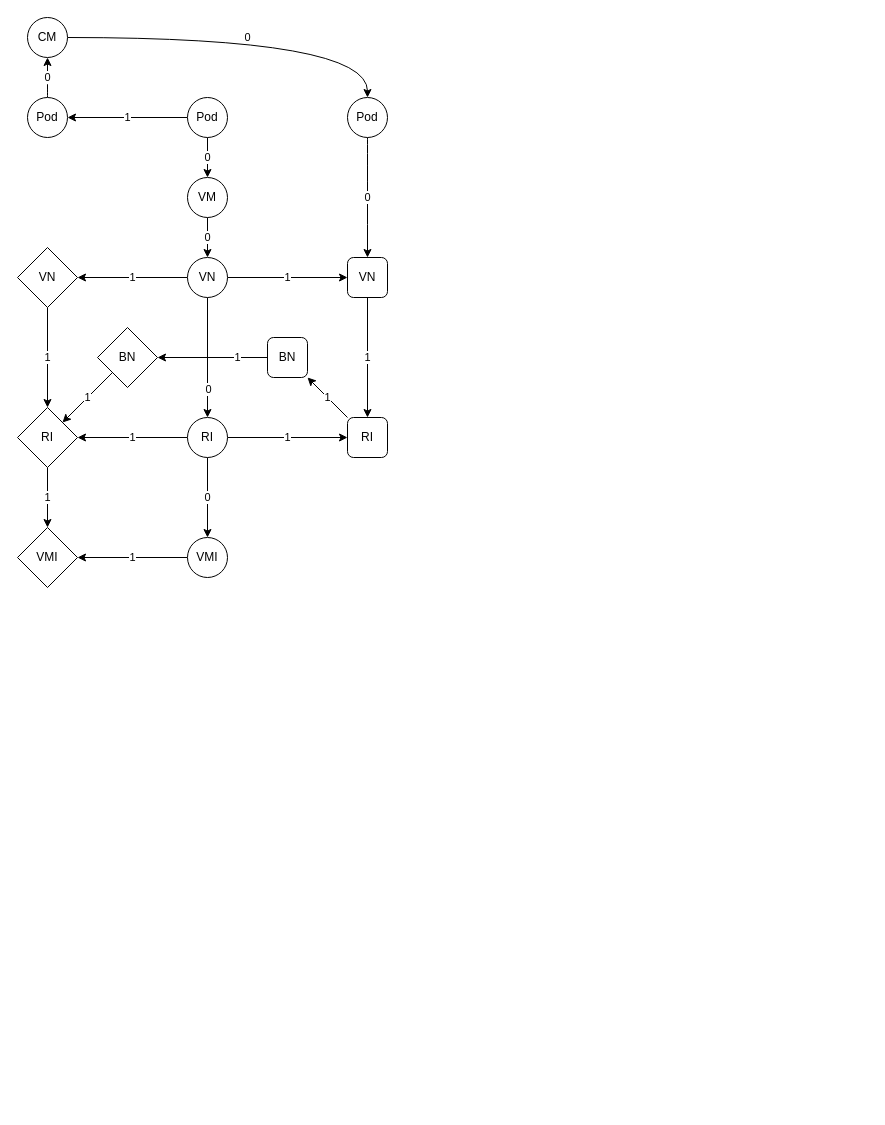
The draw.io diagram Untitled Diagram3.drawio in michaelhenkel/validator, before the edit. Source tidied: cells renumbered, new cells numbered last; positions are measured from the earlier drawing's top-left corner, leaving out a move shared by most shapes. Both pictures are drawn from the tidied source at 100%, with x=0, y=0 at pixel (17, 17).
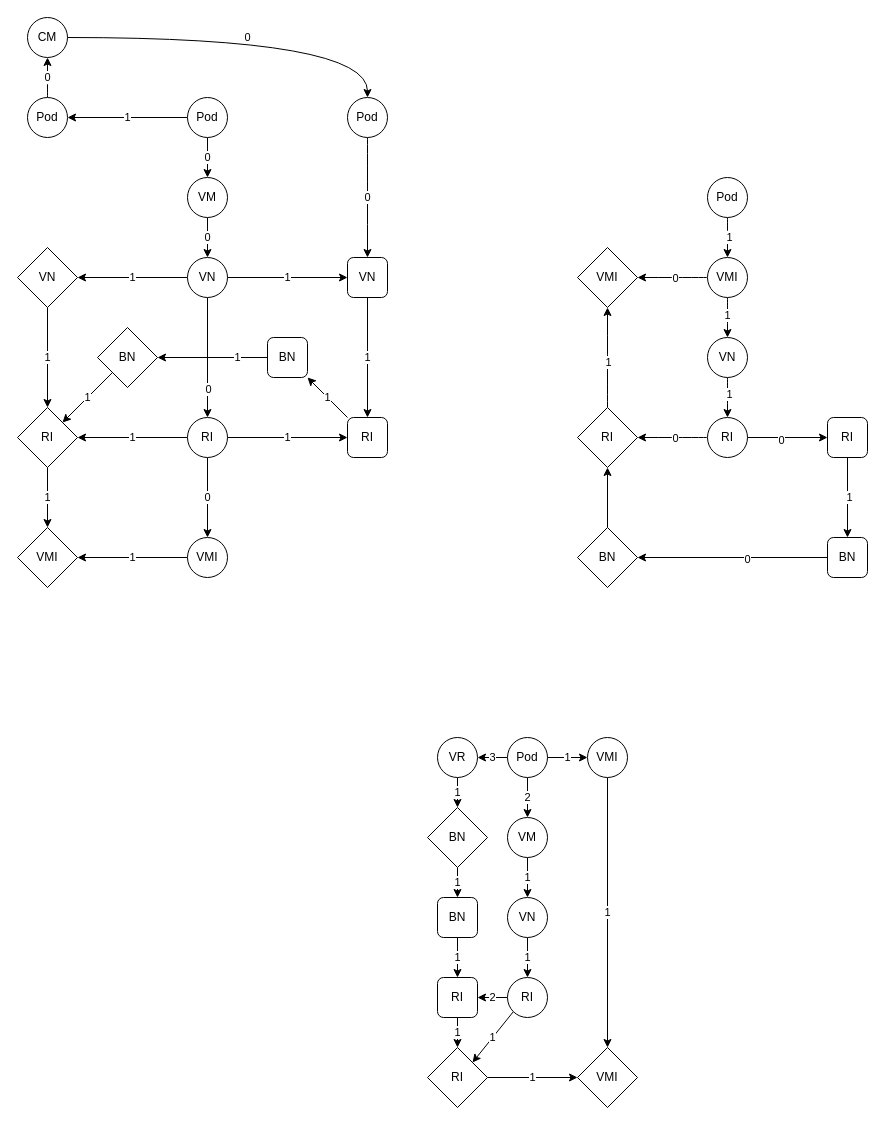
The same page after the edit.

The edit, as a diff of the source:
```diff
@@
+    <mxCell id="39" style="edgeStyle=orthogonalEdgeStyle;curved=1;rounded=0;jettySize=auto;html=1;" parent="1" edge="1" source="41" target="46">
+      <mxGeometry relative="1" as="geometry" />
+    </mxCell>
+    <mxCell id="40" value="1" style="edgeLabel;html=1;align=center;verticalAlign=middle;" parent="39" vertex="1">
+      <mxGeometry x="-0.05" y="1" relative="1" as="geometry" />
+    </mxCell>
+    <mxCell id="41" value="Pod" style="ellipse;whiteSpace=wrap;html=1;" parent="1" vertex="1">
+      <mxGeometry x="690" y="160" width="40" height="40" as="geometry" />
+    </mxCell>
+    <mxCell id="42" style="edgeStyle=orthogonalEdgeStyle;curved=1;rounded=0;jettySize=auto;html=1;" parent="1" edge="1" source="46" target="49">
+      <mxGeometry relative="1" as="geometry" />
+    </mxCell>
+    <mxCell id="43" value="1" style="edgeLabel;html=1;align=center;verticalAlign=middle;" parent="42" vertex="1">
+      <mxGeometry x="-0.15" y="-1" relative="1" as="geometry" />
+    </mxCell>
+    <mxCell id="44" style="edgeStyle=orthogonalEdgeStyle;curved=1;rounded=0;jettySize=auto;html=1;" parent="1" edge="1" source="46" target="50">
+      <mxGeometry relative="1" as="geometry" />
+    </mxCell>
+    <mxCell id="45" value="0" style="edgeLabel;html=1;align=center;verticalAlign=middle;" parent="44" vertex="1">
+      <mxGeometry x="-0.05" relative="1" as="geometry" />
+    </mxCell>
+    <mxCell id="46" value="VMI" style="ellipse;whiteSpace=wrap;html=1;" parent="1" vertex="1">
+      <mxGeometry x="690" y="240" width="40" height="40" as="geometry" />
+    </mxCell>
+    <mxCell id="47" style="edgeStyle=orthogonalEdgeStyle;curved=1;rounded=0;jettySize=auto;html=1;" parent="1" edge="1" source="49" target="55">
+      <mxGeometry relative="1" as="geometry" />
+    </mxCell>
+    <mxCell id="48" value="1" style="edgeLabel;html=1;align=center;verticalAlign=middle;" parent="47" vertex="1">
+      <mxGeometry x="-0.2" y="1" relative="1" as="geometry" />
+    </mxCell>
+    <mxCell id="49" value="VN" style="ellipse;whiteSpace=wrap;html=1;" parent="1" vertex="1">
+      <mxGeometry x="690" y="320" width="40" height="40" as="geometry" />
+    </mxCell>
+    <mxCell id="50" value="VMI" style="rhombus;whiteSpace=wrap;html=1;" parent="1" vertex="1">
+      <mxGeometry x="560" y="230" width="60" height="60" as="geometry" />
+    </mxCell>
+    <mxCell id="51" style="edgeStyle=orthogonalEdgeStyle;curved=1;rounded=0;jettySize=auto;html=1;entryX=1;entryY=0.5;entryDx=0;entryDy=0;" parent="1" edge="1" source="55" target="58">
+      <mxGeometry relative="1" as="geometry" />
+    </mxCell>
+    <mxCell id="52" value="0" style="edgeLabel;html=1;align=center;verticalAlign=middle;" parent="51" vertex="1">
+      <mxGeometry x="-0.05" relative="1" as="geometry" />
+    </mxCell>
+    <mxCell id="53" style="edgeStyle=orthogonalEdgeStyle;rounded=0;jettySize=auto;html=1;entryX=0;entryY=0.5;entryDx=0;entryDy=0;" parent="1" edge="1" source="55" target="61">
+      <mxGeometry relative="1" as="geometry" />
+    </mxCell>
+    <mxCell id="54" value="0" style="edgeLabel;html=1;align=center;verticalAlign=middle;" parent="53" vertex="1">
+      <mxGeometry x="-0.17" y="-2" relative="1" as="geometry" />
+    </mxCell>
+    <mxCell id="55" value="RI" style="ellipse;whiteSpace=wrap;html=1;" parent="1" vertex="1">
+      <mxGeometry x="690" y="400" width="40" height="40" as="geometry" />
+    </mxCell>
+    <mxCell id="56" style="edgeStyle=orthogonalEdgeStyle;curved=1;rounded=0;jettySize=auto;html=1;exitX=0.5;exitY=0;exitDx=0;exitDy=0;entryX=0.5;entryY=1;entryDx=0;entryDy=0;" parent="1" edge="1" source="58" target="50">
+      <mxGeometry relative="1" as="geometry" />
+    </mxCell>
+    <mxCell id="57" value="1" style="edgeLabel;html=1;align=center;verticalAlign=middle;" parent="56" vertex="1">
+      <mxGeometry x="-0.09" relative="1" as="geometry" />
+    </mxCell>
+    <mxCell id="58" value="RI" style="rhombus;whiteSpace=wrap;html=1;" parent="1" vertex="1">
+      <mxGeometry x="560" y="390" width="60" height="60" as="geometry" />
+    </mxCell>
+    <mxCell id="59" style="edgeStyle=orthogonalEdgeStyle;rounded=0;jettySize=auto;html=1;exitX=0.5;exitY=1;exitDx=0;exitDy=0;entryX=0.5;entryY=0;entryDx=0;entryDy=0;" parent="1" edge="1" source="61" target="64">
+      <mxGeometry relative="1" as="geometry" />
+    </mxCell>
+    <mxCell id="60" value="1" style="edgeLabel;html=1;align=center;verticalAlign=middle;" parent="59" vertex="1">
+      <mxGeometry x="-0.03" y="1" relative="1" as="geometry" />
+    </mxCell>
+    <mxCell id="61" value="RI" style="rounded=1;whiteSpace=wrap;html=1;" parent="1" vertex="1">
+      <mxGeometry x="810" y="400" width="40" height="40" as="geometry" />
+    </mxCell>
+    <mxCell id="62" style="edgeStyle=none;rounded=0;jettySize=auto;html=1;exitX=0;exitY=0.5;exitDx=0;exitDy=0;entryX=1;entryY=0.5;entryDx=0;entryDy=0;" parent="1" edge="1" source="64" target="66">
+      <mxGeometry relative="1" as="geometry" />
+    </mxCell>
+    <mxCell id="63" value="0" style="edgeLabel;html=1;align=center;verticalAlign=middle;" parent="62" vertex="1">
+      <mxGeometry x="-0.15" y="1" relative="1" as="geometry" />
+    </mxCell>
+    <mxCell id="64" value="BN" style="rounded=1;whiteSpace=wrap;html=1;" parent="1" vertex="1">
+      <mxGeometry x="810" y="520" width="40" height="40" as="geometry" />
+    </mxCell>
+    <mxCell id="65" style="edgeStyle=orthogonalEdgeStyle;rounded=0;jettySize=auto;html=1;entryX=0.5;entryY=1;entryDx=0;entryDy=0;" parent="1" edge="1" source="66" target="58">
+      <mxGeometry relative="1" as="geometry" />
+    </mxCell>
+    <mxCell id="66" value="BN" style="rhombus;whiteSpace=wrap;html=1;" parent="1" vertex="1">
+      <mxGeometry x="560" y="510" width="60" height="60" as="geometry" />
+    </mxCell>
+    <mxCell id="67" value="3" style="edgeStyle=orthogonalEdgeStyle;rounded=0;jettySize=auto;html=1;" parent="1" edge="1" source="70" target="72">
+      <mxGeometry relative="1" as="geometry" />
+    </mxCell>
+    <mxCell id="68" value="1" style="edgeStyle=orthogonalEdgeStyle;rounded=0;jettySize=auto;html=1;exitX=1;exitY=0.5;exitDx=0;exitDy=0;entryX=0;entryY=0.5;entryDx=0;entryDy=0;" parent="1" edge="1" source="70" target="87">
+      <mxGeometry relative="1" as="geometry" />
+    </mxCell>
+    <mxCell id="69" value="2" style="edgeStyle=orthogonalEdgeStyle;rounded=0;jettySize=auto;html=1;" parent="1" edge="1" source="70" target="85">
+      <mxGeometry relative="1" as="geometry" />
+    </mxCell>
+    <mxCell id="70" value="Pod" style="ellipse;whiteSpace=wrap;html=1;" parent="1" vertex="1">
+      <mxGeometry x="490" y="720" width="40" height="40" as="geometry" />
+    </mxCell>
+    <mxCell id="71" value="1" style="edgeStyle=none;rounded=0;jettySize=auto;html=1;exitX=0.5;exitY=1;exitDx=0;exitDy=0;entryX=0.5;entryY=0;entryDx=0;entryDy=0;" parent="1" edge="1" source="72" target="74">
+      <mxGeometry relative="1" as="geometry" />
+    </mxCell>
+    <mxCell id="72" value="VR" style="ellipse;whiteSpace=wrap;html=1;" parent="1" vertex="1">
+      <mxGeometry x="420" y="720" width="40" height="40" as="geometry" />
+    </mxCell>
+    <mxCell id="73" value="1" style="edgeStyle=orthogonalEdgeStyle;rounded=0;jettySize=auto;html=1;exitX=0.5;exitY=1;exitDx=0;exitDy=0;" parent="1" edge="1" source="74" target="76">
+      <mxGeometry relative="1" as="geometry" />
+    </mxCell>
+    <mxCell id="74" value="BN" style="rhombus;whiteSpace=wrap;html=1;" parent="1" vertex="1">
+      <mxGeometry x="410" y="790" width="60" height="60" as="geometry" />
+    </mxCell>
+    <mxCell id="75" value="1" style="edgeStyle=orthogonalEdgeStyle;rounded=0;jettySize=auto;html=1;" parent="1" edge="1" source="76" target="78">
+      <mxGeometry relative="1" as="geometry" />
+    </mxCell>
+    <mxCell id="76" value="BN" style="rounded=1;whiteSpace=wrap;html=1;" parent="1" vertex="1">
+      <mxGeometry x="420" y="880" width="40" height="40" as="geometry" />
+    </mxCell>
+    <mxCell id="77" value="1" style="edgeStyle=orthogonalEdgeStyle;rounded=0;jettySize=auto;html=1;exitX=0.5;exitY=1;exitDx=0;exitDy=0;entryX=0.5;entryY=0;entryDx=0;entryDy=0;" parent="1" edge="1" source="78" target="90">
+      <mxGeometry relative="1" as="geometry" />
+    </mxCell>
+    <mxCell id="78" value="RI" style="rounded=1;whiteSpace=wrap;html=1;" parent="1" vertex="1">
+      <mxGeometry x="420" y="960" width="40" height="40" as="geometry" />
+    </mxCell>
+    <mxCell id="79" value="1" style="edgeStyle=none;rounded=0;jettySize=auto;html=1;exitX=0;exitY=1;exitDx=0;exitDy=0;entryX=1;entryY=0;entryDx=0;entryDy=0;" parent="1" edge="1" source="81" target="90">
+      <mxGeometry relative="1" as="geometry" />
+    </mxCell>
+    <mxCell id="80" value="2" style="edgeStyle=none;rounded=0;jettySize=auto;html=1;" parent="1" edge="1" source="81" target="78">
+      <mxGeometry relative="1" as="geometry" />
+    </mxCell>
+    <mxCell id="81" value="RI" style="ellipse;whiteSpace=wrap;html=1;" parent="1" vertex="1">
+      <mxGeometry x="490" y="960" width="40" height="40" as="geometry" />
+    </mxCell>
+    <mxCell id="82" value="1" style="edgeStyle=orthogonalEdgeStyle;rounded=0;jettySize=auto;html=1;" parent="1" edge="1" source="83" target="81">
+      <mxGeometry relative="1" as="geometry" />
+    </mxCell>
+    <mxCell id="83" value="VN" style="ellipse;whiteSpace=wrap;html=1;" parent="1" vertex="1">
+      <mxGeometry x="490" y="880" width="40" height="40" as="geometry" />
+    </mxCell>
+    <mxCell id="84" value="1" style="edgeStyle=orthogonalEdgeStyle;rounded=0;jettySize=auto;html=1;" parent="1" edge="1" source="85" target="83">
+      <mxGeometry relative="1" as="geometry" />
+    </mxCell>
+    <mxCell id="85" value="VM" style="ellipse;whiteSpace=wrap;html=1;" parent="1" vertex="1">
+      <mxGeometry x="490" y="800" width="40" height="40" as="geometry" />
+    </mxCell>
+    <mxCell id="86" value="1" style="edgeStyle=orthogonalEdgeStyle;rounded=0;jettySize=auto;html=1;exitX=0.5;exitY=1;exitDx=0;exitDy=0;entryX=0.5;entryY=0;entryDx=0;entryDy=0;" parent="1" edge="1" source="87" target="88">
+      <mxGeometry relative="1" as="geometry" />
+    </mxCell>
+    <mxCell id="87" value="VMI" style="ellipse;whiteSpace=wrap;html=1;" parent="1" vertex="1">
+      <mxGeometry x="570" y="720" width="40" height="40" as="geometry" />
+    </mxCell>
+    <mxCell id="88" value="VMI" style="rhombus;whiteSpace=wrap;html=1;" parent="1" vertex="1">
+      <mxGeometry x="560" y="1030" width="60" height="60" as="geometry" />
+    </mxCell>
+    <mxCell id="89" value="1" style="edgeStyle=orthogonalEdgeStyle;rounded=0;jettySize=auto;html=1;entryX=0;entryY=0.5;entryDx=0;entryDy=0;" parent="1" edge="1" source="90" target="88">
+      <mxGeometry relative="1" as="geometry" />
+    </mxCell>
+    <mxCell id="90" value="RI" style="rhombus;whiteSpace=wrap;html=1;" parent="1" vertex="1">
+      <mxGeometry x="410" y="1030" width="60" height="60" as="geometry" />
+    </mxCell>
```
